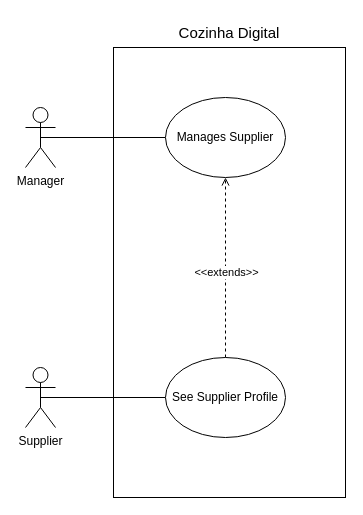
This is page "Caso-de-uso" (1 of 2) of docs/casos-de-uso-cozinha.drawio from Weverton-Vitor/cozinha-core, a draw.io file, before an edit. Source tidied: cells renumbered, new cells numbered last; positions are measured from the earlier drawing's top-left corner, leaving out a move shared by most shapes. Both pictures are drawn from the tidied source at 100%, with x=0, y=0 at pixel (25, 17).
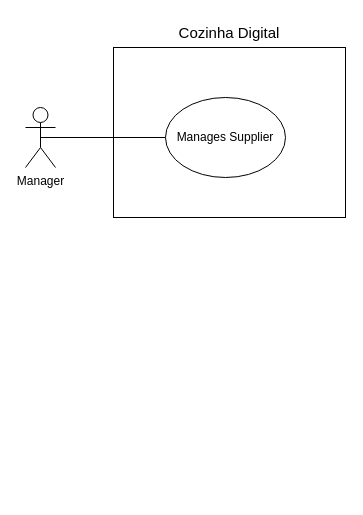
The same page after the edit.

Commit message:
update caso de uso and add diagrama de classe

Diff of the diagram source:
```diff
@@
 <mxGraphModel>
   <root>
     <mxCell id="0" />
     <mxCell id="1" parent="0" />
     <mxCell id="2" style="rounded=0;whiteSpace=wrap;html=1;" parent="1" vertex="1">
-      <mxGeometry x="88" y="30" width="232" height="450" as="geometry" />
+      <mxGeometry x="88" y="30" width="232" height="170" as="geometry" />
     </mxCell>
     <mxCell id="3" value="Cozinha Digital" style="text;html=1;align=center;verticalAlign=middle;whiteSpace=wrap;rounded=0;fontSize=15;" parent="1" vertex="1">
       <mxGeometry x="109" width="190" height="30" as="geometry" />
     </mxCell>
     <mxCell id="4" style="rounded=0;jettySize=auto;html=1;exitX=0.5;exitY=0.5;exitDx=0;exitDy=0;exitPerimeter=0;endArrow=none;startFill=0;" parent="1" edge="1" source="5" target="8">
       <mxGeometry relative="1" as="geometry" />
     </mxCell>
     <mxCell id="5" value="Manager" style="shape=umlActor;verticalLabelPosition=bottom;verticalAlign=top;html=1;outlineConnect=0;" parent="1" vertex="1">
       <mxGeometry y="90" width="30" height="60" as="geometry" />
     </mxCell>
-    <mxCell id="6" style="edgeStyle=orthogonalEdgeStyle;rounded=0;jettySize=auto;html=1;exitX=0.5;exitY=0.5;exitDx=0;exitDy=0;exitPerimeter=0;endArrow=none;startFill=0;" parent="1" edge="1" source="7" target="11">
-      <mxGeometry relative="1" as="geometry" />
-    </mxCell>
-    <mxCell id="7" value="Supplier" style="shape=umlActor;verticalLabelPosition=bottom;verticalAlign=top;html=1;outlineConnect=0;" parent="1" vertex="1">
-      <mxGeometry y="350" width="30" height="60" as="geometry" />
-    </mxCell>
     <mxCell id="8" value="Manages Supplier" style="ellipse;whiteSpace=wrap;html=1;" parent="1" vertex="1">
       <mxGeometry x="140" y="80" width="120" height="80" as="geometry" />
     </mxCell>
-    <mxCell id="9" style="edgeStyle=orthogonalEdgeStyle;rounded=0;jettySize=auto;html=1;exitX=0.5;exitY=0;exitDx=0;exitDy=0;endArrow=open;endFill=0;dashed=1;" parent="1" edge="1" source="11" target="8">
-      <mxGeometry relative="1" as="geometry" />
-    </mxCell>
-    <mxCell id="10" value="&amp;lt;&amp;lt;extends&amp;gt;&amp;gt;" style="edgeLabel;html=1;align=center;verticalAlign=middle;" parent="9" vertex="1">
-      <mxGeometry x="-0.04" relative="1" as="geometry" />
-    </mxCell>
-    <mxCell id="11" value="See Supplier Profile" style="ellipse;whiteSpace=wrap;html=1;" parent="1" vertex="1">
-      <mxGeometry x="140" y="340" width="120" height="80" as="geometry" />
-    </mxCell>
   </root>
 </mxGraphModel>
```
